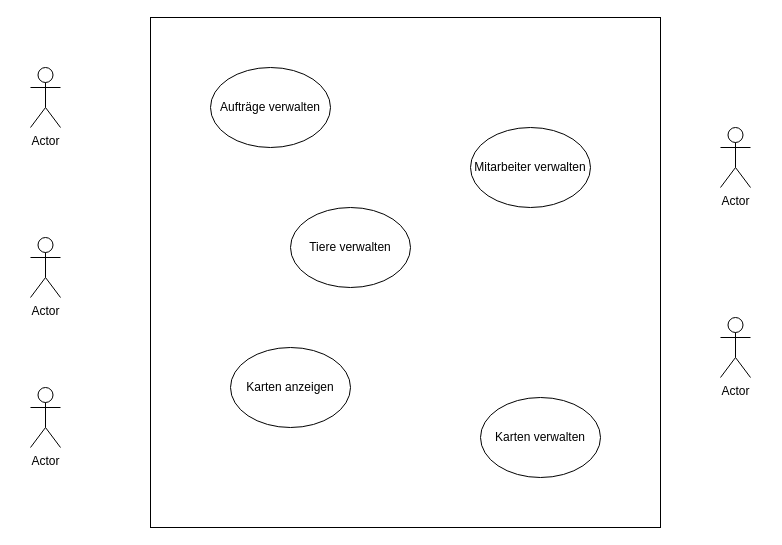
Earlier version of the draw.io diagram files/Software Engineering/aufgaben/Unbenanntes Diagramm.drawio (Fabiann2205/DHBW-Semester3). Source tidied: cells renumbered, new cells numbered last; positions are measured from the earlier drawing's top-left corner, leaving out a move shared by most shapes. Both pictures are drawn from the tidied source at 100%, with x=0, y=0 at pixel (30, 17).
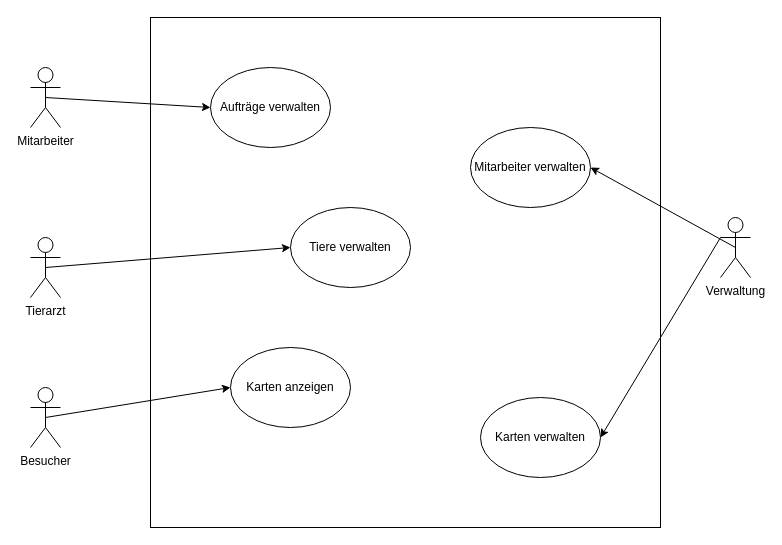
Above is the later version.

Change to the diagram source:
```diff
@@
 <mxGraphModel>
   <root>
     <mxCell id="0" />
     <mxCell id="1" parent="0" />
     <mxCell id="2" style="whiteSpace=wrap;html=1;" parent="1" vertex="1">
       <mxGeometry x="120" width="510" height="510" as="geometry" />
     </mxCell>
+    <mxCell id="13" style="edgeStyle=none;shape=connector;rounded=0;jettySize=auto;html=1;exitX=0.5;exitY=0.5;exitDx=0;exitDy=0;exitPerimeter=0;entryX=1;entryY=0.5;entryDx=0;entryDy=0;labelBackgroundColor=default;strokeColor=default;align=center;verticalAlign=middle;fontFamily=Helvetica;fontSize=11;fontColor=default;endArrow=classic;" parent="1" edge="1" source="3" target="9">
+      <mxGeometry relative="1" as="geometry" />
+    </mxCell>
-    <mxCell id="3" value="Actor" style="shape=umlActor;verticalLabelPosition=bottom;verticalAlign=top;html=1;outlineConnect=0;" parent="1" vertex="1">
-      <mxGeometry x="690" y="110" width="30" height="60" as="geometry" />
+    <mxCell id="3" value="Verwaltung" style="shape=umlActor;verticalLabelPosition=bottom;verticalAlign=top;html=1;outlineConnect=0;" parent="1" vertex="1">
+      <mxGeometry x="690" y="200" width="30" height="60" as="geometry" />
     </mxCell>
-    <mxCell id="4" value="Actor" style="shape=umlActor;verticalLabelPosition=bottom;verticalAlign=top;html=1;" parent="1" vertex="1">
-      <mxGeometry x="690" y="300" width="30" height="60" as="geometry" />
-    </mxCell>
+    <mxCell id="14" style="edgeStyle=none;shape=connector;rounded=0;jettySize=auto;html=1;exitX=0;exitY=0.3333333333333333;exitDx=0;exitDy=0;exitPerimeter=0;entryX=1;entryY=0.5;entryDx=0;entryDy=0;labelBackgroundColor=default;strokeColor=default;align=center;verticalAlign=middle;fontFamily=Helvetica;fontSize=11;fontColor=default;endArrow=classic;" parent="1" edge="1" source="3" target="12">
+      <mxGeometry relative="1" as="geometry" />
+    </mxCell>
+    <mxCell id="15" style="rounded=0;jettySize=auto;html=1;exitX=0.5;exitY=0.5;exitDx=0;exitDy=0;exitPerimeter=0;entryX=0;entryY=0.5;entryDx=0;entryDy=0;" parent="1" edge="1" source="5" target="8">
+      <mxGeometry relative="1" as="geometry" />
+    </mxCell>
-    <mxCell id="5" value="Actor" style="shape=umlActor;verticalLabelPosition=bottom;verticalAlign=top;html=1;outlineConnect=0;" parent="1" vertex="1">
+    <mxCell id="5" value="Mitarbeiter" style="shape=umlActor;verticalLabelPosition=bottom;verticalAlign=top;html=1;outlineConnect=0;" parent="1" vertex="1">
       <mxGeometry y="50" width="30" height="60" as="geometry" />
     </mxCell>
+    <mxCell id="16" style="edgeStyle=none;shape=connector;rounded=0;jettySize=auto;html=1;exitX=0.5;exitY=0.5;exitDx=0;exitDy=0;exitPerimeter=0;entryX=0;entryY=0.5;entryDx=0;entryDy=0;labelBackgroundColor=default;strokeColor=default;align=center;verticalAlign=middle;fontFamily=Helvetica;fontSize=11;fontColor=default;endArrow=classic;" parent="1" edge="1" source="6" target="10">
+      <mxGeometry relative="1" as="geometry" />
+    </mxCell>
-    <mxCell id="6" value="Actor" style="shape=umlActor;verticalLabelPosition=bottom;verticalAlign=top;html=1;outlineConnect=0;" parent="1" vertex="1">
+    <mxCell id="6" value="Tierarzt" style="shape=umlActor;verticalLabelPosition=bottom;verticalAlign=top;html=1;outlineConnect=0;" parent="1" vertex="1">
       <mxGeometry y="220" width="30" height="60" as="geometry" />
     </mxCell>
+    <mxCell id="17" style="edgeStyle=none;shape=connector;rounded=0;jettySize=auto;html=1;exitX=0.5;exitY=0.5;exitDx=0;exitDy=0;exitPerimeter=0;entryX=0;entryY=0.5;entryDx=0;entryDy=0;labelBackgroundColor=default;strokeColor=default;align=center;verticalAlign=middle;fontFamily=Helvetica;fontSize=11;fontColor=default;endArrow=classic;" parent="1" edge="1" source="7" target="11">
+      <mxGeometry relative="1" as="geometry" />
+    </mxCell>
-    <mxCell id="7" value="Actor" style="shape=umlActor;verticalLabelPosition=bottom;verticalAlign=top;html=1;outlineConnect=0;" parent="1" vertex="1">
+    <mxCell id="7" value="Besucher" style="shape=umlActor;verticalLabelPosition=bottom;verticalAlign=top;html=1;outlineConnect=0;" parent="1" vertex="1">
       <mxGeometry y="370" width="30" height="60" as="geometry" />
     </mxCell>
     <mxCell id="8" value="Aufträge verwalten" style="ellipse;whiteSpace=wrap;html=1;" parent="1" vertex="1">
       <mxGeometry x="180" y="50" width="120" height="80" as="geometry" />
     </mxCell>
     <mxCell id="9" value="Mitarbeiter verwalten" style="ellipse;whiteSpace=wrap;html=1;" parent="1" vertex="1">
       <mxGeometry x="440" y="110" width="120" height="80" as="geometry" />
     </mxCell>
     <mxCell id="10" value="Tiere verwalten" style="ellipse;whiteSpace=wrap;html=1;" parent="1" vertex="1">
       <mxGeometry x="260" y="190" width="120" height="80" as="geometry" />
     </mxCell>
     <mxCell id="11" value="Karten anzeigen" style="ellipse;whiteSpace=wrap;html=1;" parent="1" vertex="1">
       <mxGeometry x="200" y="330" width="120" height="80" as="geometry" />
     </mxCell>
     <mxCell id="12" value="Karten verwalten" style="ellipse;whiteSpace=wrap;html=1;" parent="1" vertex="1">
       <mxGeometry x="450" y="380" width="120" height="80" as="geometry" />
     </mxCell>
   </root>
 </mxGraphModel>
```
